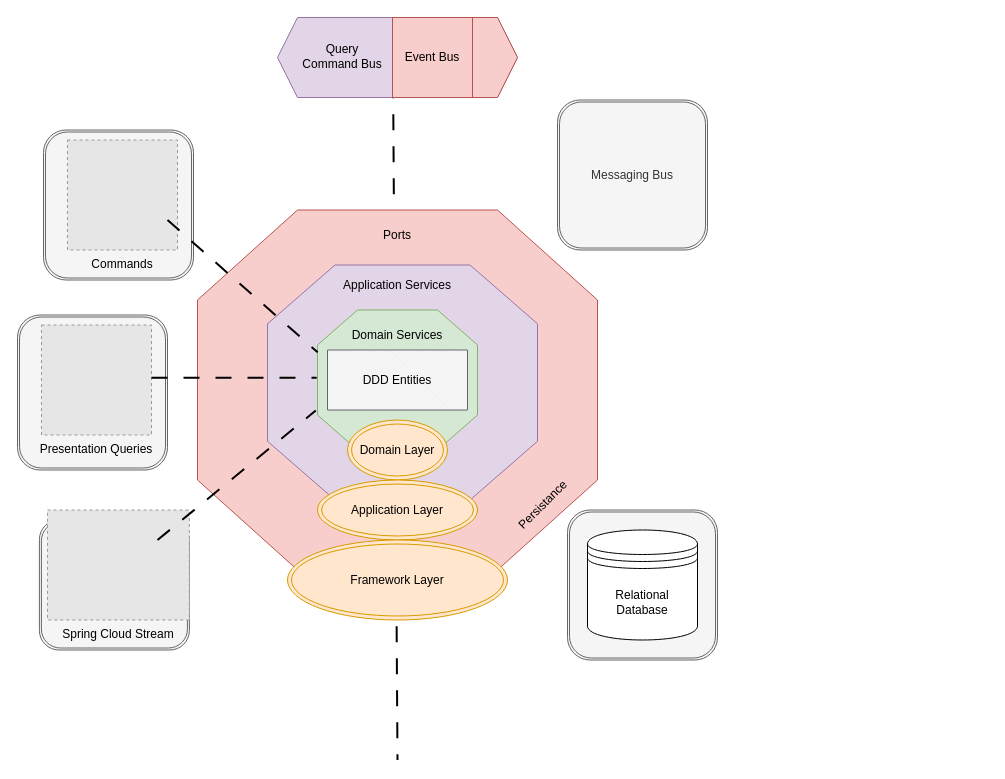
jasonhall0081/company-management keeps this draw.io diagram as page "Backend-Archticture" (2 of 3) of docs/System-Architecture.drawio. Above is the earlier version. Source tidied: cells renumbered, new cells numbered last; positions are measured from the earlier drawing's top-left corner, leaving out a move shared by most shapes. Both pictures are drawn from the tidied source at 100%, with x=0, y=0 at pixel (17, 17). Pictures stored in the file or linked from it are replaced by grey dashed boxes.
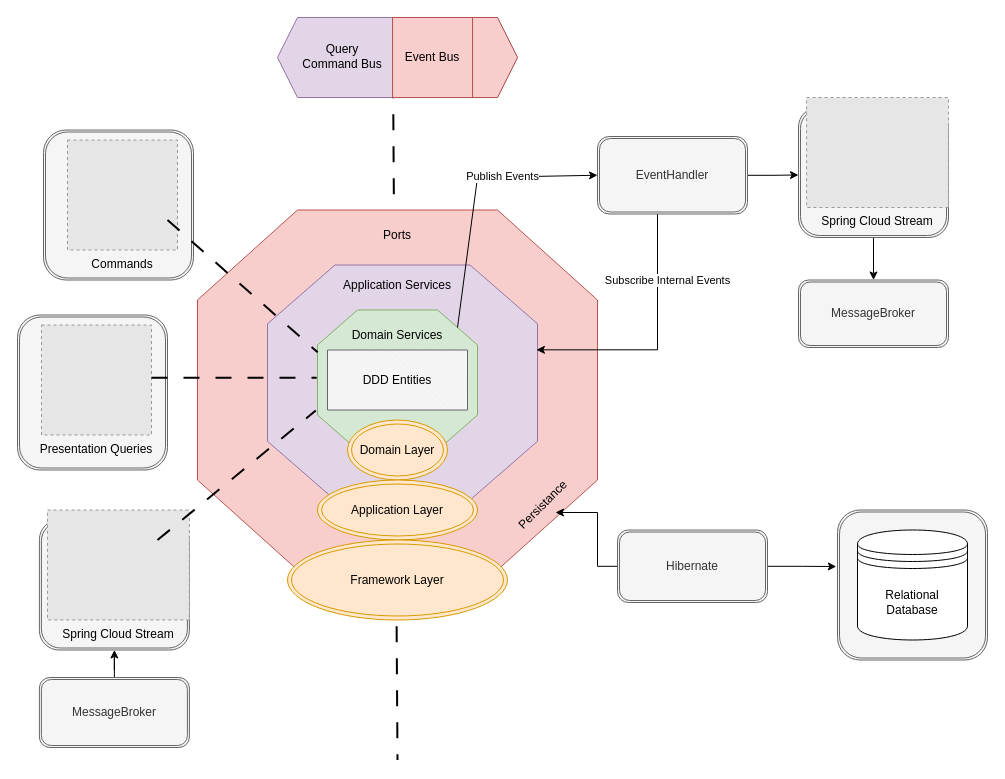
The same diagram, later.

The change refers to these unchanged cells:
```xml
<mxCell id="3" style="shape=ext;double=1;rounded=1;whiteSpace=wrap;html=1;fillColor=#f5f5f5;strokeColor=#666666;fontColor=#333333;" parent="1" vertex="1">
  <mxGeometry x="21.9" y="502.5" width="150" height="130" as="geometry" />
</mxCell>
<mxCell id="10" style="verticalLabelPosition=bottom;verticalAlign=top;html=1;shape=mxgraph.basic.polygon;polyCoords=[[0.25,0],[0.75,0],[1,0.25],[1,0.75],[0.75,1],[0.25,1],[0,0.75],[0,0.25]];polyline=0;fillColor=#e1d5e7;strokeColor=#9673a6;" parent="1" vertex="1">
  <mxGeometry x="250" y="247.5" width="270" height="235" as="geometry" />
</mxCell>
<mxCell id="14" value="Domain Services" style="text;html=1;strokeColor=none;fillColor=none;align=center;verticalAlign=middle;whiteSpace=wrap;rounded=0;" parent="1" vertex="1">
  <mxGeometry x="320" y="302.5" width="120" height="30" as="geometry" />
</mxCell>
```

Change to the diagram source:
```diff
@@
+    <mxCell id="31" style="edgeStyle=orthogonalEdgeStyle;rounded=0;jettySize=auto;html=1;entryX=0.543;entryY=0.983;entryDx=0;entryDy=0;entryPerimeter=0;" parent="1" edge="1" source="27" target="29">
+      <mxGeometry relative="1" as="geometry" />
+    </mxCell>
+    <mxCell id="32" style="edgeStyle=orthogonalEdgeStyle;rounded=0;jettySize=auto;html=1;entryX=-0.008;entryY=0.377;entryDx=0;entryDy=0;entryPerimeter=0;" parent="1" edge="1" source="27" target="38">
+      <mxGeometry relative="1" as="geometry" />
+    </mxCell>
-    <mxCell id="27" style="shape=ext;double=1;rounded=1;whiteSpace=wrap;html=1;fillColor=#f5f5f5;strokeColor=#666666;fontColor=#333333;" parent="1" vertex="1">
-      <mxGeometry x="550" y="492.5" width="150" height="150" as="geometry" />
+    <mxCell id="27" value="Hibernate" style="shape=ext;double=1;rounded=1;whiteSpace=wrap;html=1;fillColor=#f5f5f5;strokeColor=#666666;fontColor=#333333;" parent="1" vertex="1">
+      <mxGeometry x="600" y="512.5" width="150" height="72.5" as="geometry" />
     </mxCell>
+    <mxCell id="29" value="Persistance" style="text;html=1;align=center;verticalAlign=middle;points=[];strokeColor=none;fillColor=none;fontColor=#000000;rotation=-45;" parent="1" vertex="1">
+      <mxGeometry x="480" y="472.5" width="90" height="30" as="geometry" />
+    </mxCell>
+    <mxCell id="33" style="edgeStyle=orthogonalEdgeStyle;rounded=0;jettySize=auto;html=1;" parent="1" edge="1" source="30">
+      <mxGeometry relative="1" as="geometry">
+        <mxPoint x="781" y="157.5" as="targetPoint" />
+      </mxGeometry>
+    </mxCell>
+    <mxCell id="34" style="edgeStyle=orthogonalEdgeStyle;rounded=0;jettySize=auto;html=1;entryX=0.996;entryY=0.361;entryDx=0;entryDy=0;entryPerimeter=0;" parent="1" edge="1" source="30" target="10">
+      <mxGeometry relative="1" as="geometry">
+        <Array as="points">
+          <mxPoint x="640" y="332" />
+        </Array>
+      </mxGeometry>
+    </mxCell>
+    <mxCell id="35" value="Subscribe Internal Events" style="edgeLabel;html=1;align=center;verticalAlign=middle;" parent="34" vertex="1">
+      <mxGeometry x="0.2" y="1" relative="1" as="geometry">
+        <mxPoint x="28" y="-71" as="offset" />
+      </mxGeometry>
+    </mxCell>
+    <mxCell id="30" value="EventHandler" style="shape=ext;double=1;rounded=1;whiteSpace=wrap;html=1;fillColor=#f5f5f5;strokeColor=#666666;fontColor=#333333;" parent="1" vertex="1">
+      <mxGeometry x="580" y="119" width="150" height="77.5" as="geometry" />
+    </mxCell>
+    <mxCell id="36" style="endArrow=classic;html=1;rounded=0;entryX=0;entryY=0.5;entryDx=0;entryDy=0;exitX=1;exitY=0.25;exitDx=0;exitDy=0;" parent="1" edge="1" source="14" target="30">
+      <mxGeometry relative="1" as="geometry">
+        <Array as="points">
+          <mxPoint x="460" y="160" />
+        </Array>
+      </mxGeometry>
+    </mxCell>
+    <mxCell id="37" value="Publish Events" style="edgeLabel;html=1;align=center;verticalAlign=middle;" parent="36" vertex="1">
+      <mxGeometry x="0.3" y="1" relative="1" as="geometry" />
+    </mxCell>
+    <mxCell id="38" style="shape=ext;double=1;rounded=1;whiteSpace=wrap;html=1;fillColor=#f5f5f5;strokeColor=#666666;fontColor=#333333;" parent="1" vertex="1">
+      <mxGeometry x="820" y="492.5" width="150" height="150" as="geometry" />
+    </mxCell>
     <mxCell id="28" value="Relational Database" style="shape=datastore;whiteSpace=wrap;html=1;labelBackgroundColor=none;fontColor=#000000;fillColor=#FFFFFF;gradientColor=none;" parent="1" vertex="1">
-      <mxGeometry x="570" y="512.5" width="110" height="110" as="geometry" />
+      <mxGeometry x="840" y="512.5" width="110" height="110" as="geometry" />
     </mxCell>
-    <mxCell id="29" value="Persistance" style="text;html=1;align=center;verticalAlign=middle;points=[];strokeColor=none;fillColor=none;fontColor=#000000;rotation=-45;" parent="1" vertex="1">
-      <mxGeometry x="480" y="472.5" width="90" height="30" as="geometry" />
-    </mxCell>
-    <mxCell id="30" value="Messaging Bus" style="shape=ext;double=1;rounded=1;whiteSpace=wrap;html=1;fillColor=#f5f5f5;strokeColor=#666666;fontColor=#333333;" parent="1" vertex="1">
-      <mxGeometry x="540" y="82.5" width="150" height="150" as="geometry" />
-    </mxCell>
+    <mxCell id="39" style="edgeStyle=orthogonalEdgeStyle;rounded=0;jettySize=auto;html=1;entryX=0.5;entryY=0;entryDx=0;entryDy=0;" parent="1" edge="1" source="40" target="42">
+      <mxGeometry relative="1" as="geometry" />
+    </mxCell>
+    <mxCell id="40" style="shape=ext;double=1;rounded=1;whiteSpace=wrap;html=1;fillColor=#f5f5f5;strokeColor=#666666;fontColor=#333333;" parent="1" vertex="1">
+      <mxGeometry x="781" y="90" width="150" height="130" as="geometry" />
+    </mxCell>
+    <mxCell id="41" value="Spring Cloud Stream" style="fillColor=#E6E6E6;strokeColor=#999999;dashed=1;verticalLabelPosition=bottom;labelBackgroundColor=none;verticalAlign=top;" parent="1" vertex="1">
+      <mxGeometry x="789.1" y="80" width="141.9" height="110" as="geometry" />
+    </mxCell>
+    <mxCell id="42" value="MessageBroker" style="shape=ext;double=1;rounded=1;whiteSpace=wrap;html=1;fillColor=#f5f5f5;strokeColor=#666666;fontColor=#333333;" parent="1" vertex="1">
+      <mxGeometry x="781" y="262.5" width="150" height="67.5" as="geometry" />
+    </mxCell>
+    <mxCell id="43" style="edgeStyle=orthogonalEdgeStyle;rounded=0;jettySize=auto;html=1;entryX=0.5;entryY=1;entryDx=0;entryDy=0;" parent="1" edge="1" source="44" target="3">
+      <mxGeometry relative="1" as="geometry" />
+    </mxCell>
+    <mxCell id="44" value="MessageBroker" style="shape=ext;double=1;rounded=1;whiteSpace=wrap;html=1;fillColor=#f5f5f5;strokeColor=#666666;fontColor=#333333;" parent="1" vertex="1">
+      <mxGeometry x="21.9" y="660" width="150" height="70" as="geometry" />
+    </mxCell>
```
